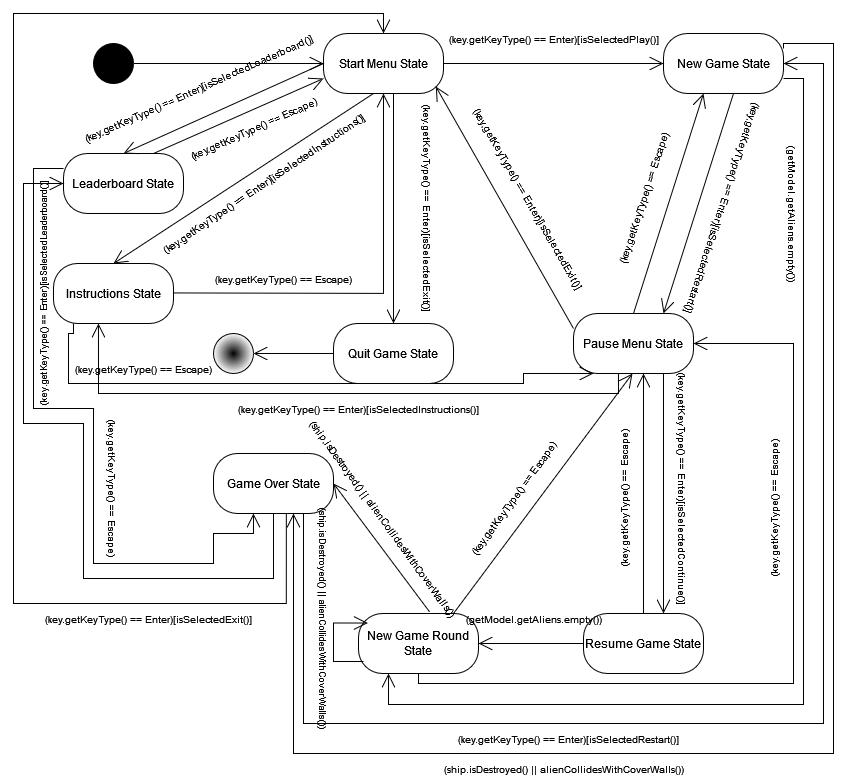
This is docs/Images_UML/State_Diagram.png from FEUP-LDTS-2023/project-l04gr03, a draw.io export, as it was before one commit. Source tidied: cells renumbered, new cells last; positions are measured from the earlier drawing's top-left corner, leaving out a move shared by most shapes.
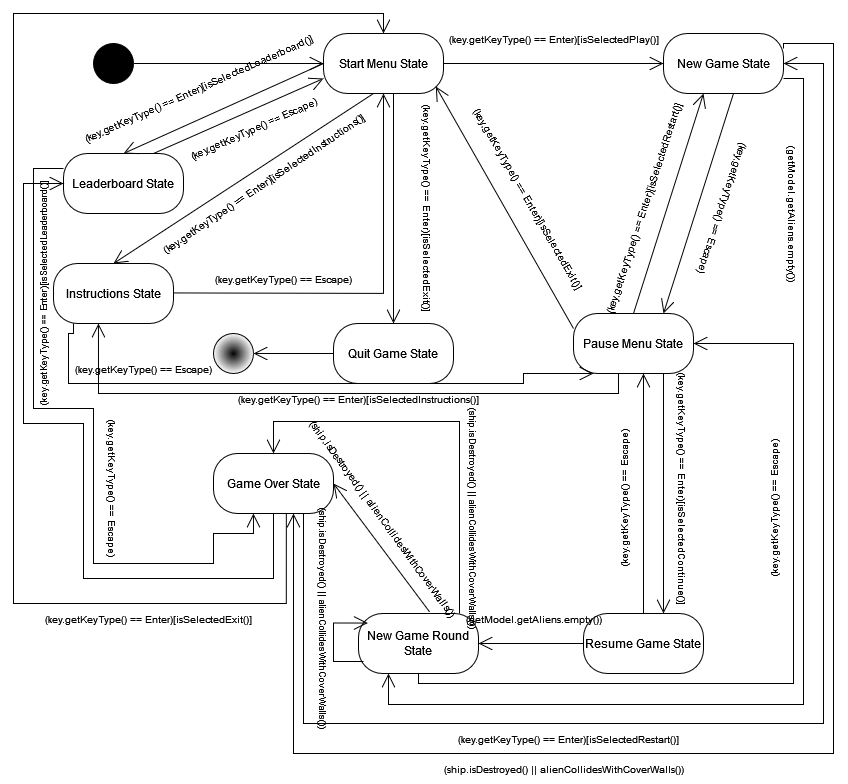
The same diagram one commit later.

The edit, as a diff of the source:
```diff
@@ -72,11 +72,11 @@
         <mxPoint x="805" y="80" as="sourcePoint" />
       </mxGeometry>
     </mxCell>
-    <mxCell id="19" value="&lt;font style=&quot;font-size: 10px;&quot;&gt;(key.getKeyType() == Escape)&lt;/font&gt;" style="text;html=1;align=center;verticalAlign=middle;strokeColor=none;fillColor=none;rotation=288;" parent="1" vertex="1">
-      <mxGeometry x="635" y="170" width="160" height="30" as="geometry" />
+    <mxCell id="19" value="&lt;font style=&quot;font-size: 10px;&quot;&gt;(key.getKeyType() == Escape)&lt;/font&gt;" style="text;html=1;align=center;verticalAlign=middle;strokeColor=none;fillColor=none;rotation=108;" parent="1" vertex="1">
+      <mxGeometry x="715" y="180" width="160" height="30" as="geometry" />
     </mxCell>
-    <mxCell id="20" value="&lt;font style=&quot;font-size: 10px;&quot;&gt;(key.getKeyType() == Enter)[isSelectedRestart()]&lt;/font&gt;" style="text;html=1;align=center;verticalAlign=middle;strokeColor=none;fillColor=none;rotation=108;" parent="1" vertex="1">
-      <mxGeometry x="670" y="180" width="250" height="30" as="geometry" />
+    <mxCell id="20" value="&lt;font style=&quot;font-size: 10px;&quot;&gt;(key.getKeyType() == Enter)[isSelectedRestart()]&lt;/font&gt;" style="text;html=1;align=center;verticalAlign=middle;strokeColor=none;fillColor=none;rotation=288;" parent="1" vertex="1">
+      <mxGeometry x="590" y="180" width="250" height="30" as="geometry" />
     </mxCell>
     <mxCell id="21" style="endArrow=open;endFill=1;endSize=12;html=1;rounded=0;entryX=0.5;entryY=1;entryDx=0;entryDy=0;exitX=0.5;exitY=0;exitDx=0;exitDy=0;" parent="1" edge="1" source="8">
       <mxGeometry relative="1" as="geometry">
@@ -100,7 +100,7 @@
       </mxGeometry>
     </mxCell>
     <mxCell id="25" value="&lt;font style=&quot;font-size: 10px;&quot;&gt;(key.getKeyType() == Enter)[isSelectedInstructions()]&lt;/font&gt;" style="text;html=1;align=center;verticalAlign=middle;strokeColor=none;fillColor=none;rotation=0;" parent="1" vertex="1">
-      <mxGeometry x="295" y="380" width="270" height="30" as="geometry" />
+      <mxGeometry x="295" y="370" width="270" height="30" as="geometry" />
     </mxCell>
     <mxCell id="26" style="endArrow=open;endFill=1;endSize=12;html=1;rounded=0;exitX=0.25;exitY=1;exitDx=0;exitDy=0;" parent="1" edge="1">
       <mxGeometry relative="1" as="geometry">
@@ -183,15 +183,6 @@
         </Array>
       </mxGeometry>
     </mxCell>
-    <mxCell id="43" style="endArrow=open;endFill=1;endSize=12;html=1;rounded=0;exitX=0.592;exitY=-0.028;exitDx=0;exitDy=0;entryX=0.5;entryY=1;entryDx=0;entryDy=0;exitPerimeter=0;" parent="1" edge="1">
-      <mxGeometry relative="1" as="geometry">
-        <mxPoint x="525" y="600" as="sourcePoint" />
-        <mxPoint x="704" y="360" as="targetPoint" />
-      </mxGeometry>
-    </mxCell>
-    <mxCell id="44" value="&lt;font style=&quot;font-size: 10px;&quot;&gt;(key.getKeyType() == Escape)&lt;/font&gt;" style="text;html=1;align=center;verticalAlign=middle;strokeColor=none;fillColor=none;rotation=306;" parent="1" vertex="1">
-      <mxGeometry x="505" y="470" width="160" height="30" as="geometry" />
-    </mxCell>
     <mxCell id="45" value="&lt;font style=&quot;font-size: 10px;&quot;&gt;(ship.isDestroyed() || alienCollidesWithCoverWalls())&lt;/font&gt;" style="text;html=1;align=center;verticalAlign=middle;strokeColor=none;fillColor=none;rotation=54;" parent="1" vertex="1">
       <mxGeometry x="325" y="490" width="260" height="30" as="geometry" />
     </mxCell>
@@ -283,5 +274,17 @@
     <mxCell id="62" value="&lt;font style=&quot;font-size: 9px;&quot;&gt;(ship.isDestroyed() || alienCollidesWithCoverWalls())&lt;/font&gt;" style="text;html=1;align=center;verticalAlign=middle;strokeColor=none;fillColor=none;rotation=90;fontSize=9;" parent="1" vertex="1">
       <mxGeometry x="285" y="595" width="220" height="20" as="geometry" />
     </mxCell>
+    <mxCell id="63" style="endArrow=open;endFill=1;endSize=12;html=1;rounded=0;exitX=0.592;exitY=-0.028;exitDx=0;exitDy=0;exitPerimeter=0;edgeStyle=orthogonalEdgeStyle;entryX=0.5;entryY=0;entryDx=0;entryDy=0;" parent="1" edge="1" target="34">
+      <mxGeometry relative="1" as="geometry">
+        <mxPoint x="531" y="600" as="sourcePoint" />
+        <Array as="points">
+          <mxPoint x="531" y="408" />
+          <mxPoint x="345" y="408" />
+        </Array>
+      </mxGeometry>
+    </mxCell>
+    <mxCell id="64" value="&lt;font style=&quot;font-size: 9px;&quot;&gt;(ship.isDestroyed() || alienCollidesWithCoverWalls())&lt;/font&gt;" style="text;html=1;align=center;verticalAlign=middle;strokeColor=none;fillColor=none;rotation=90;fontSize=9;" parent="1" vertex="1">
+      <mxGeometry x="435" y="495" width="220" height="20" as="geometry" />
+    </mxCell>
   </root>
 </mxGraphModel>
```
